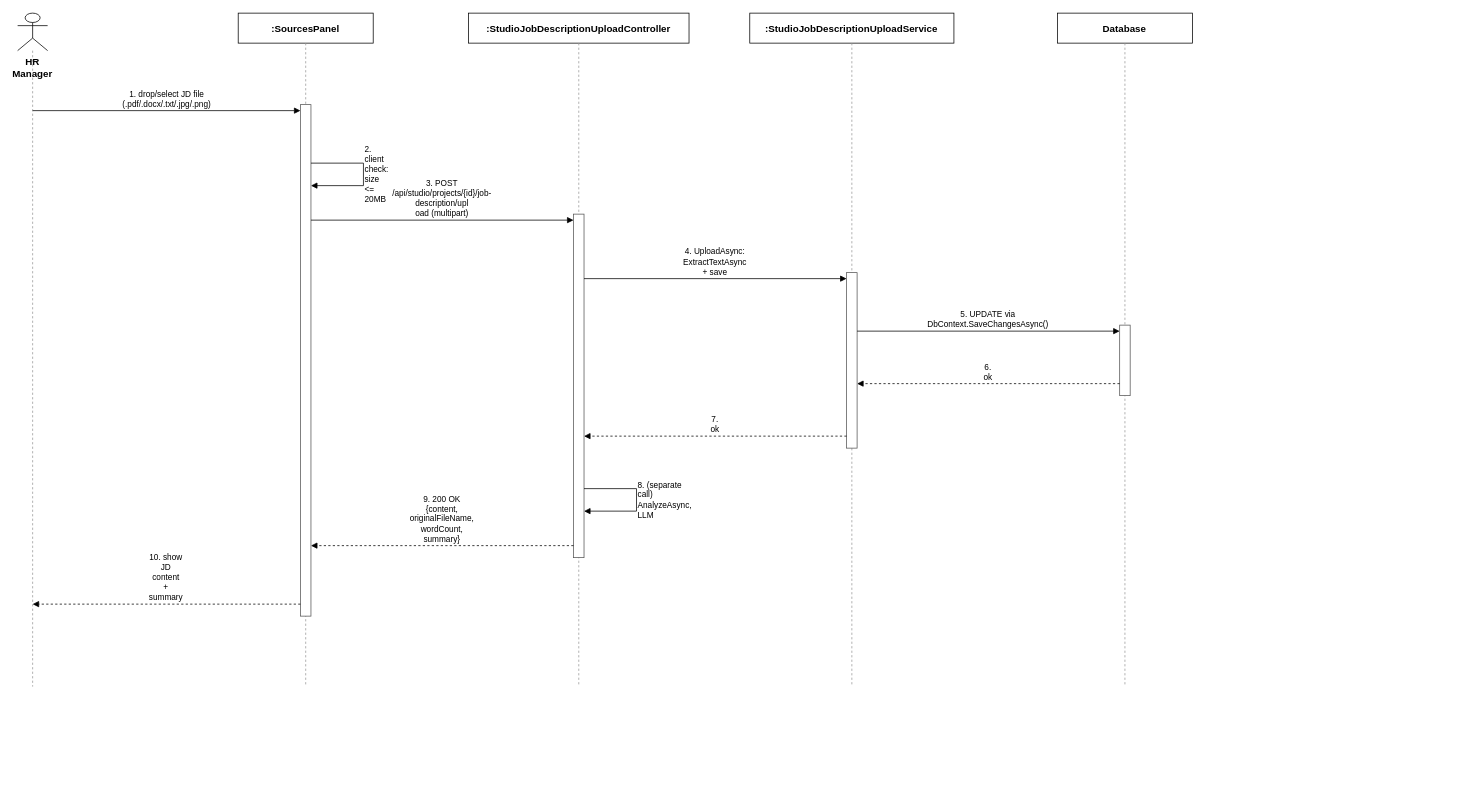
The draw.io diagram docs/qa/Nam_SequenceDiagram/Report4_SequenceDiagram_JobDescriptionManagement_CreateJD_UploadFile.drawio in tulklk/AI_Interview_Question_Generation_RAG_LLM_FE, before the edit. Source tidied: cells renumbered, new cells numbered last; positions are measured from the earlier drawing's top-left corner, leaving out a move shared by most shapes. Both pictures are drawn from the tidied source at 75%, with x=0, y=0 at pixel (17, 13).
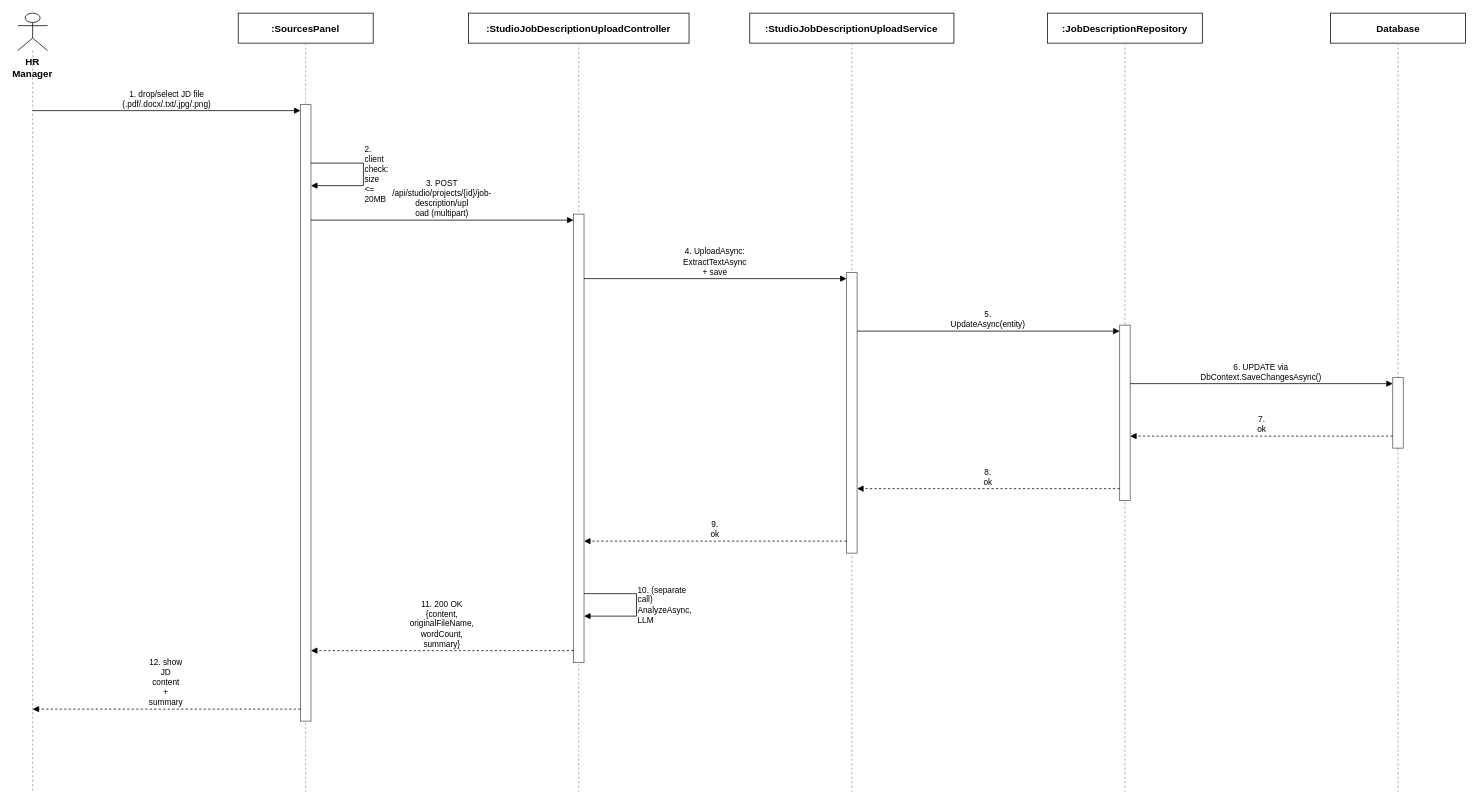
Above is the later version.

Change to the diagram source:
```diff
@@
     <mxCell id="3" style="endArrow=none;dashed=1;html=1;strokeColor=#999999;" parent="1" edge="1">
       <mxGeometry relative="1" as="geometry">
         <mxPoint x="20" y="50" as="sourcePoint" />
-        <mxPoint x="20" y="898" as="targetPoint" />
+        <mxPoint x="20" y="1038" as="targetPoint" />
       </mxGeometry>
     </mxCell>
@@
     <mxCell id="5" style="endArrow=none;dashed=1;html=1;strokeColor=#999999;" parent="1" edge="1">
       <mxGeometry relative="1" as="geometry">
         <mxPoint x="384.1" y="40" as="sourcePoint" />
-        <mxPoint x="384.1" y="898" as="targetPoint" />
+        <mxPoint x="384.1" y="1038" as="targetPoint" />
       </mxGeometry>
     </mxCell>
@@
     <mxCell id="7" style="endArrow=none;dashed=1;html=1;strokeColor=#999999;" parent="1" edge="1">
       <mxGeometry relative="1" as="geometry">
         <mxPoint x="748.2" y="40" as="sourcePoint" />
-        <mxPoint x="748.2" y="898" as="targetPoint" />
+        <mxPoint x="748.2" y="1038" as="targetPoint" />
       </mxGeometry>
     </mxCell>
@@
     <mxCell id="9" style="endArrow=none;dashed=1;html=1;strokeColor=#999999;" parent="1" edge="1">
       <mxGeometry relative="1" as="geometry">
         <mxPoint x="1112.3" y="40" as="sourcePoint" />
-        <mxPoint x="1112.3" y="898" as="targetPoint" />
+        <mxPoint x="1112.3" y="1038" as="targetPoint" />
       </mxGeometry>
     </mxCell>
-    <mxCell id="10" value="Database" style="rounded=0;whiteSpace=wrap;html=1;fontSize=13;fillColor=#ffffff;strokeColor=#000000;fontStyle=1;" parent="1" vertex="1">
-      <mxGeometry x="1386.4" width="180" height="40" as="geometry" />
+    <mxCell id="10" value=":JobDescriptionRepository" style="rounded=0;whiteSpace=wrap;html=1;fontSize=13;fillColor=#ffffff;strokeColor=#000000;fontStyle=1;" parent="1" vertex="1">
+      <mxGeometry x="1373.1" width="206.5" height="40" as="geometry" />
     </mxCell>
     <mxCell id="11" style="endArrow=none;dashed=1;html=1;strokeColor=#999999;" parent="1" edge="1">
       <mxGeometry relative="1" as="geometry">
         <mxPoint x="1476.4" y="40" as="sourcePoint" />
-        <mxPoint x="1476.4" y="898" as="targetPoint" />
+        <mxPoint x="1476.4" y="1038" as="targetPoint" />
       </mxGeometry>
     </mxCell>
-    <mxCell id="12" style="rounded=0;whiteSpace=wrap;html=1;fillColor=#ffffff;strokeColor=#555555;" parent="1" vertex="1">
-      <mxGeometry x="377.1" y="122" width="14" height="682" as="geometry" />
+    <mxCell id="12" value="Database" style="rounded=0;whiteSpace=wrap;html=1;fontSize=13;fillColor=#ffffff;strokeColor=#000000;fontStyle=1;" parent="1" vertex="1">
+      <mxGeometry x="1750.5" width="180" height="40" as="geometry" />
     </mxCell>
-    <mxCell id="13" style="rounded=0;whiteSpace=wrap;html=1;fillColor=#ffffff;strokeColor=#555555;" parent="1" vertex="1">
-      <mxGeometry x="741.2" y="268" width="14" height="458" as="geometry" />
+    <mxCell id="13" style="endArrow=none;dashed=1;html=1;strokeColor=#999999;" parent="1" edge="1">
+      <mxGeometry relative="1" as="geometry">
+        <mxPoint x="1840.5" y="40" as="sourcePoint" />
+        <mxPoint x="1840.5" y="1038" as="targetPoint" />
+      </mxGeometry>
     </mxCell>
     <mxCell id="14" style="rounded=0;whiteSpace=wrap;html=1;fillColor=#ffffff;strokeColor=#555555;" parent="1" vertex="1">
-      <mxGeometry x="1105.3" y="346" width="14" height="234" as="geometry" />
+      <mxGeometry x="377.1" y="122" width="14" height="822" as="geometry" />
     </mxCell>
     <mxCell id="15" style="rounded=0;whiteSpace=wrap;html=1;fillColor=#ffffff;strokeColor=#555555;" parent="1" vertex="1">
-      <mxGeometry x="1469.4" y="416" width="14" height="94" as="geometry" />
+      <mxGeometry x="741.2" y="268" width="14" height="598" as="geometry" />
     </mxCell>
-    <mxCell id="16" value="1. drop/select JD file (.pdf/.docx/.txt/.jpg/.png)" style="endArrow=block;endFill=1;html=1;whiteSpace=wrap;fontSize=11;align=center;verticalAlign=bottom;labelBackgroundColor=#ffffff;strokeColor=#000000;" parent="1" edge="1">
-      <mxGeometry relative="1" as="geometry">
-        <mxPoint x="20" y="130" as="sourcePoint" />
-        <mxPoint x="377.1" y="130" as="targetPoint" />
-      </mxGeometry>
+    <mxCell id="16" style="rounded=0;whiteSpace=wrap;html=1;fillColor=#ffffff;strokeColor=#555555;" parent="1" vertex="1">
+      <mxGeometry x="1105.3" y="346" width="14" height="374" as="geometry" />
     </mxCell>
-    <mxCell id="17" value="2. client check: size &lt;= 20MB" style="endArrow=block;endFill=1;html=1;whiteSpace=wrap;fontSize=11;align=left;verticalAlign=middle;labelBackgroundColor=#ffffff;rounded=0;strokeColor=#000000;" parent="1" edge="1">
-      <mxGeometry relative="1" as="geometry">
-        <mxPoint x="391.1" y="200" as="sourcePoint" />
-        <mxPoint x="391.1" y="230" as="targetPoint" />
-        <Array as="points">
-          <mxPoint x="461.1" y="200" />
-          <mxPoint x="461.1" y="230" />
-        </Array>
-      </mxGeometry>
+    <mxCell id="17" style="rounded=0;whiteSpace=wrap;html=1;fillColor=#ffffff;strokeColor=#555555;" parent="1" vertex="1">
+      <mxGeometry x="1469.4" y="416" width="14" height="234" as="geometry" />
     </mxCell>
-    <mxCell id="18" value="3. POST /api/studio/projects/{id}/job-description/upl&lt;br&gt;oad (multipart)" style="endArrow=block;endFill=1;html=1;whiteSpace=wrap;fontSize=11;align=center;verticalAlign=bottom;labelBackgroundColor=#ffffff;strokeColor=#000000;" parent="1" edge="1">
-      <mxGeometry relative="1" as="geometry">
-        <mxPoint x="391.1" y="276" as="sourcePoint" />
-        <mxPoint x="741.2" y="276" as="targetPoint" />
-      </mxGeometry>
+    <mxCell id="18" style="rounded=0;whiteSpace=wrap;html=1;fillColor=#ffffff;strokeColor=#555555;" parent="1" vertex="1">
+      <mxGeometry x="1833.5" y="486" width="14" height="94" as="geometry" />
     </mxCell>
-    <mxCell id="19" value="4. UploadAsync: ExtractTextAsync + save" style="endArrow=block;endFill=1;html=1;whiteSpace=wrap;fontSize=11;align=center;verticalAlign=bottom;labelBackgroundColor=#ffffff;strokeColor=#000000;" parent="1" edge="1">
+    <mxCell id="19" value="1. drop/select JD file (.pdf/.docx/.txt/.jpg/.png)" style="endArrow=block;endFill=1;html=1;whiteSpace=wrap;fontSize=11;align=center;verticalAlign=bottom;labelBackgroundColor=#ffffff;strokeColor=#000000;" parent="1" edge="1">
       <mxGeometry relative="1" as="geometry">
-        <mxPoint x="755.2" y="354" as="sourcePoint" />
-        <mxPoint x="1105.3" y="354" as="targetPoint" />
+        <mxPoint x="20" y="130" as="sourcePoint" />
+        <mxPoint x="377.1" y="130" as="targetPoint" />
       </mxGeometry>
     </mxCell>
-    <mxCell id="20" value="5. UPDATE via DbContext.SaveChangesAsync()" style="endArrow=block;endFill=1;html=1;whiteSpace=wrap;fontSize=11;align=center;verticalAlign=bottom;labelBackgroundColor=#ffffff;strokeColor=#000000;" parent="1" edge="1">
+    <mxCell id="20" value="2. client check: size &lt;= 20MB" style="endArrow=block;endFill=1;html=1;whiteSpace=wrap;fontSize=11;align=left;verticalAlign=middle;labelBackgroundColor=#ffffff;rounded=0;strokeColor=#000000;" parent="1" edge="1">
       <mxGeometry relative="1" as="geometry">
-        <mxPoint x="1119.3" y="424" as="sourcePoint" />
-        <mxPoint x="1469.4" y="424" as="targetPoint" />
+        <mxPoint x="391.1" y="200" as="sourcePoint" />
+        <mxPoint x="391.1" y="230" as="targetPoint" />
+        <Array as="points">
+          <mxPoint x="461.1" y="200" />
+          <mxPoint x="461.1" y="230" />
+        </Array>
       </mxGeometry>
     </mxCell>
-    <mxCell id="21" value="6. ok" style="endArrow=block;endFill=1;html=1;whiteSpace=wrap;dashed=1;fontSize=11;align=center;verticalAlign=bottom;labelBackgroundColor=#ffffff;strokeColor=#000000;" parent="1" edge="1">
+    <mxCell id="21" value="3. POST /api/studio/projects/{id}/job-description/upl&lt;br&gt;oad (multipart)" style="endArrow=block;endFill=1;html=1;whiteSpace=wrap;fontSize=11;align=center;verticalAlign=bottom;labelBackgroundColor=#ffffff;strokeColor=#000000;" parent="1" edge="1">
       <mxGeometry relative="1" as="geometry">
-        <mxPoint x="1469.4" y="494" as="sourcePoint" />
-        <mxPoint x="1119.3" y="494" as="targetPoint" />
+        <mxPoint x="391.1" y="276" as="sourcePoint" />
+        <mxPoint x="741.2" y="276" as="targetPoint" />
       </mxGeometry>
     </mxCell>
-    <mxCell id="22" value="7. ok" style="endArrow=block;endFill=1;html=1;whiteSpace=wrap;dashed=1;fontSize=11;align=center;verticalAlign=bottom;labelBackgroundColor=#ffffff;strokeColor=#000000;" parent="1" edge="1">
+    <mxCell id="22" value="4. UploadAsync: ExtractTextAsync + save" style="endArrow=block;endFill=1;html=1;whiteSpace=wrap;fontSize=11;align=center;verticalAlign=bottom;labelBackgroundColor=#ffffff;strokeColor=#000000;" parent="1" edge="1">
       <mxGeometry relative="1" as="geometry">
-        <mxPoint x="1105.3" y="564" as="sourcePoint" />
-        <mxPoint x="755.2" y="564" as="targetPoint" />
+        <mxPoint x="755.2" y="354" as="sourcePoint" />
+        <mxPoint x="1105.3" y="354" as="targetPoint" />
       </mxGeometry>
     </mxCell>
-    <mxCell id="23" value="8. (separate call) AnalyzeAsync, LLM" style="endArrow=block;endFill=1;html=1;whiteSpace=wrap;fontSize=11;align=left;verticalAlign=middle;labelBackgroundColor=#ffffff;rounded=0;strokeColor=#000000;" parent="1" edge="1">
+    <mxCell id="23" value="5. UpdateAsync(entity)" style="endArrow=block;endFill=1;html=1;whiteSpace=wrap;fontSize=11;align=center;verticalAlign=bottom;labelBackgroundColor=#ffffff;strokeColor=#000000;" parent="1" edge="1">
       <mxGeometry relative="1" as="geometry">
-        <mxPoint x="755.2" y="634" as="sourcePoint" />
-        <mxPoint x="755.2" y="664" as="targetPoint" />
-        <Array as="points">
-          <mxPoint x="825.2" y="634" />
-          <mxPoint x="825.2" y="664" />
-        </Array>
+        <mxPoint x="1119.3" y="424" as="sourcePoint" />
+        <mxPoint x="1469.4" y="424" as="targetPoint" />
       </mxGeometry>
     </mxCell>
-    <mxCell id="24" value="9. 200 OK {content, originalFileName, wordCount,&lt;br&gt;summary}" style="endArrow=block;endFill=1;html=1;whiteSpace=wrap;dashed=1;fontSize=11;align=center;verticalAlign=bottom;labelBackgroundColor=#ffffff;strokeColor=#000000;" parent="1" edge="1">
+    <mxCell id="24" value="6. UPDATE via DbContext.SaveChangesAsync()" style="endArrow=block;endFill=1;html=1;whiteSpace=wrap;fontSize=11;align=center;verticalAlign=bottom;labelBackgroundColor=#ffffff;strokeColor=#000000;" parent="1" edge="1">
       <mxGeometry relative="1" as="geometry">
-        <mxPoint x="741.2" y="710" as="sourcePoint" />
-        <mxPoint x="391.1" y="710" as="targetPoint" />
+        <mxPoint x="1483.4" y="494" as="sourcePoint" />
+        <mxPoint x="1833.5" y="494" as="targetPoint" />
       </mxGeometry>
     </mxCell>
-    <mxCell id="25" value="10. show JD content + summary" style="endArrow=block;endFill=1;html=1;whiteSpace=wrap;dashed=1;fontSize=11;align=center;verticalAlign=bottom;labelBackgroundColor=#ffffff;strokeColor=#000000;" parent="1" edge="1">
+    <mxCell id="25" value="7. ok" style="endArrow=block;endFill=1;html=1;whiteSpace=wrap;dashed=1;fontSize=11;align=center;verticalAlign=bottom;labelBackgroundColor=#ffffff;strokeColor=#000000;" parent="1" edge="1">
       <mxGeometry relative="1" as="geometry">
-        <mxPoint x="377.1" y="788" as="sourcePoint" />
-        <mxPoint x="20" y="788" as="targetPoint" />
+        <mxPoint x="1833.5" y="564" as="sourcePoint" />
+        <mxPoint x="1483.4" y="564" as="targetPoint" />
       </mxGeometry>
     </mxCell>
+    <mxCell id="26" value="8. ok" style="endArrow=block;endFill=1;html=1;whiteSpace=wrap;dashed=1;fontSize=11;align=center;verticalAlign=bottom;labelBackgroundColor=#ffffff;strokeColor=#000000;" parent="1" edge="1">
+      <mxGeometry relative="1" as="geometry">
+        <mxPoint x="1469.4" y="634" as="sourcePoint" />
+        <mxPoint x="1119.3" y="634" as="targetPoint" />
+      </mxGeometry>
+    </mxCell>
+    <mxCell id="27" value="9. ok" style="endArrow=block;endFill=1;html=1;whiteSpace=wrap;dashed=1;fontSize=11;align=center;verticalAlign=bottom;labelBackgroundColor=#ffffff;strokeColor=#000000;" parent="1" edge="1">
+      <mxGeometry relative="1" as="geometry">
+        <mxPoint x="1105.3" y="704" as="sourcePoint" />
+        <mxPoint x="755.2" y="704" as="targetPoint" />
+      </mxGeometry>
+    </mxCell>
+    <mxCell id="28" value="10. (separate call) AnalyzeAsync, LLM" style="endArrow=block;endFill=1;html=1;whiteSpace=wrap;fontSize=11;align=left;verticalAlign=middle;labelBackgroundColor=#ffffff;rounded=0;strokeColor=#000000;" parent="1" edge="1">
+      <mxGeometry relative="1" as="geometry">
+        <mxPoint x="755.2" y="774" as="sourcePoint" />
+        <mxPoint x="755.2" y="804" as="targetPoint" />
+        <Array as="points">
+          <mxPoint x="825.2" y="774" />
+          <mxPoint x="825.2" y="804" />
+        </Array>
+      </mxGeometry>
+    </mxCell>
+    <mxCell id="29" value="11. 200 OK {content, originalFileName, wordCount,&lt;br&gt;summary}" style="endArrow=block;endFill=1;html=1;whiteSpace=wrap;dashed=1;fontSize=11;align=center;verticalAlign=bottom;labelBackgroundColor=#ffffff;strokeColor=#000000;" parent="1" edge="1">
+      <mxGeometry relative="1" as="geometry">
+        <mxPoint x="741.2" y="850" as="sourcePoint" />
+        <mxPoint x="391.1" y="850" as="targetPoint" />
+      </mxGeometry>
+    </mxCell>
+    <mxCell id="30" value="12. show JD content + summary" style="endArrow=block;endFill=1;html=1;whiteSpace=wrap;dashed=1;fontSize=11;align=center;verticalAlign=bottom;labelBackgroundColor=#ffffff;strokeColor=#000000;" parent="1" edge="1">
+      <mxGeometry relative="1" as="geometry">
+        <mxPoint x="377.1" y="928" as="sourcePoint" />
+        <mxPoint x="20" y="928" as="targetPoint" />
+      </mxGeometry>
+    </mxCell>
```
